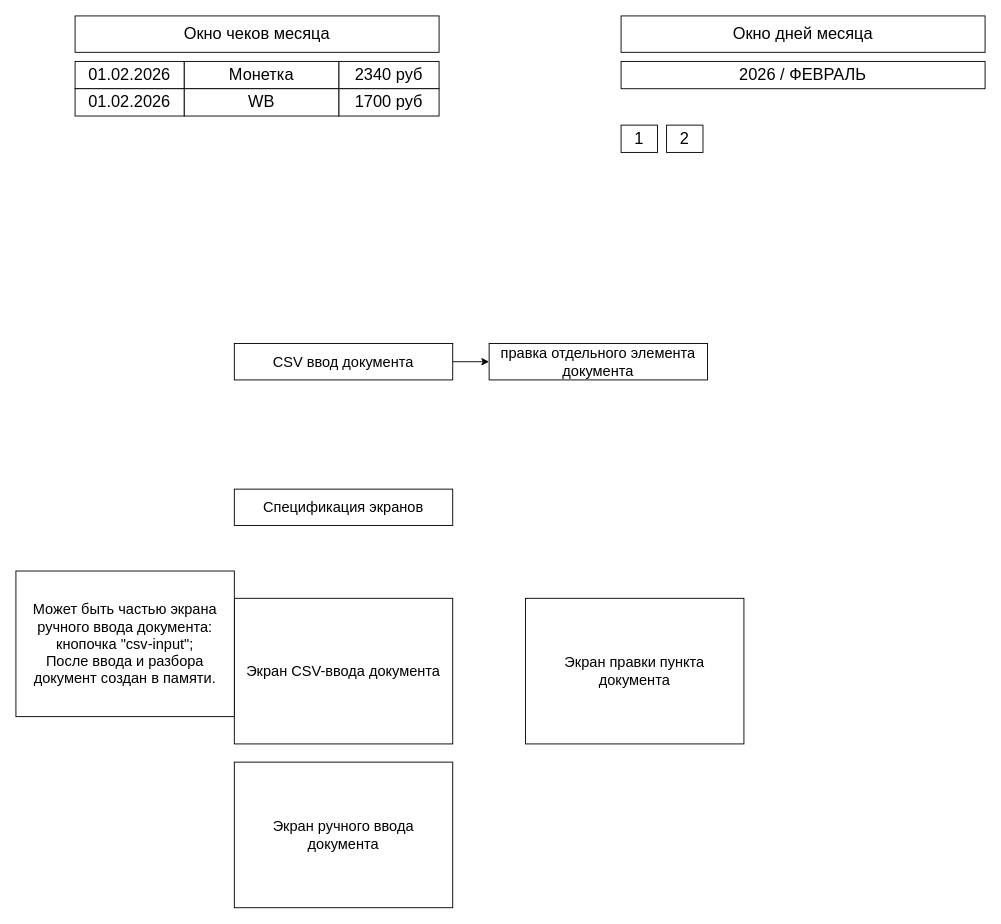
Before: page "Общий вид" (2 of 7) of doc/main.drawio in aleshin-roman-nk/DrCostCSV, a draw.io diagram. Source tidied: cells renumbered, new cells numbered last; positions are measured from the earlier drawing's top-left corner, leaving out a move shared by most shapes. Both pictures are drawn from the tidied source at 91%, with x=0, y=0 at pixel (15, 15).
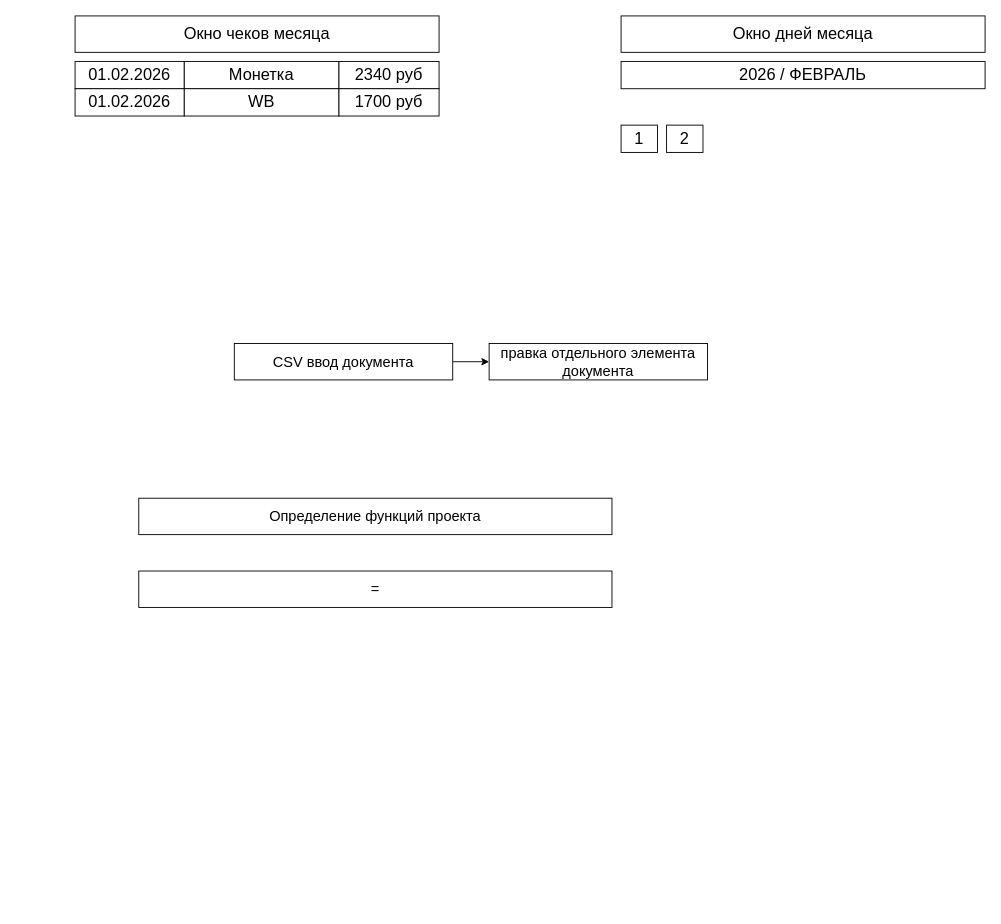
The same page after the edit.

What changed in the source:
```diff
@@
-    <mxCell id="5" value="Спецификация экранов" style="rounded=0;whiteSpace=wrap;html=1;fontSize=16;spacingLeft=4;spacingBottom=4;spacingRight=4;spacingTop=4;" parent="1" vertex="1">
-      <mxGeometry x="240" y="520" width="240" height="40" as="geometry" />
-    </mxCell>
-    <mxCell id="6" value="Экран CSV-ввода документа" style="rounded=0;whiteSpace=wrap;html=1;fontSize=16;spacingLeft=4;spacingBottom=4;spacingRight=4;spacingTop=4;" parent="1" vertex="1">
-      <mxGeometry x="240" y="640" width="240" height="160" as="geometry" />
-    </mxCell>
-    <mxCell id="7" value="Экран правки пункта документа" style="rounded=0;whiteSpace=wrap;html=1;fontSize=16;spacingLeft=4;spacingBottom=4;spacingRight=4;spacingTop=4;" parent="1" vertex="1">
-      <mxGeometry x="560" y="640" width="240" height="160" as="geometry" />
-    </mxCell>
-    <mxCell id="8" value="Экран ручного ввода документа" style="rounded=0;whiteSpace=wrap;html=1;fontSize=16;spacingLeft=4;spacingBottom=4;spacingRight=4;spacingTop=4;" parent="1" vertex="1">
-      <mxGeometry x="240" y="820" width="240" height="160" as="geometry" />
-    </mxCell>
-    <mxCell id="9" value="Может быть частью экрана ручного ввода документа: кнопочка &quot;csv-input&quot;;&lt;div&gt;После ввода и разбора документ создан в памяти.&lt;/div&gt;" style="rounded=0;whiteSpace=wrap;html=1;fontSize=16;spacingLeft=4;spacingBottom=4;spacingRight=4;spacingTop=4;" parent="1" vertex="1">
-      <mxGeometry y="610" width="240" height="160" as="geometry" />
-    </mxCell>
@@
+    <mxCell id="21" value="Определение функций проекта" style="rounded=0;whiteSpace=wrap;html=1;fontSize=16;spacingLeft=4;spacingBottom=4;spacingRight=4;spacingTop=4;" parent="1" vertex="1">
+      <mxGeometry x="135" y="530" width="520" height="40" as="geometry" />
+    </mxCell>
+    <mxCell id="22" value="=" style="rounded=0;whiteSpace=wrap;html=1;fontSize=16;spacingLeft=4;spacingBottom=4;spacingRight=4;spacingTop=4;" parent="1" vertex="1">
+      <mxGeometry x="135" y="610" width="520" height="40" as="geometry" />
+    </mxCell>
```
